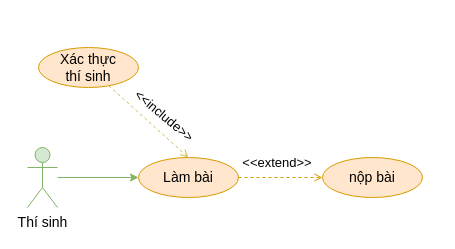
Above: Documents/draw/usecase/phan-ra/lam-bai.drawio in copecute/do-an-tot-nghiep (draw.io), before the change. Source tidied: cells renumbered, new cells numbered last; positions are measured from the earlier drawing's top-left corner, leaving out a move shared by most shapes. Both pictures are drawn from the tidied source at 100%, with x=0, y=0 at pixel (27, 47).
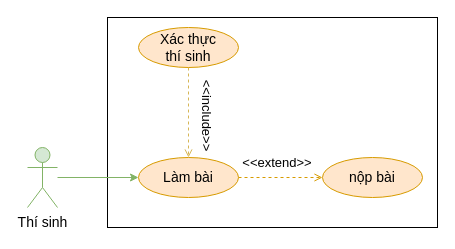
Above is the later version.

What changed in the source:
```diff
@@
 <mxGraphModel>
   <root>
     <mxCell id="0" />
     <mxCell id="1" parent="0" />
+    <mxCell id="11" style="rounded=0;whiteSpace=wrap;html=1;" parent="1" vertex="1">
+      <mxGeometry x="80" y="-30" width="330" height="210" as="geometry" />
+    </mxCell>
     <mxCell id="2" style="rounded=0;jettySize=auto;html=1;dashed=1;fillColor=#ffe6cc;strokeColor=#d79b00;fontSize=14;endArrow=open;endFill=0;" parent="1" edge="1" source="3" target="4">
       <mxGeometry relative="1" as="geometry" />
     </mxCell>
     <mxCell id="3" value="Làm bài" style="ellipse;whiteSpace=wrap;html=1;fillColor=#ffe6cc;strokeColor=#d79b00;fontSize=14;" parent="1" vertex="1">
       <mxGeometry x="111" y="110" width="100" height="40" as="geometry" />
     </mxCell>
     <mxCell id="4" value="nộp bài" style="ellipse;whiteSpace=wrap;html=1;fillColor=#ffe6cc;strokeColor=#d79b00;fontSize=14;" parent="1" vertex="1">
       <mxGeometry x="295" y="110" width="100" height="40" as="geometry" />
     </mxCell>
     <mxCell id="5" value="&lt;font style=&quot;font-size: 13px;&quot;&gt;&amp;lt;&amp;lt;extend&amp;gt;&amp;gt;&lt;/font&gt;" style="text;html=1;strokeColor=none;fillColor=none;align=center;verticalAlign=middle;whiteSpace=wrap;rounded=0;rotation=0;fontSize=13;" parent="1" vertex="1">
       <mxGeometry x="220" y="100" width="60" height="30" as="geometry" />
     </mxCell>
     <mxCell id="6" style="rounded=0;jettySize=auto;html=1;entryX=0;entryY=0.5;entryDx=0;entryDy=0;fillColor=#d5e8d4;strokeColor=#82b366;fontSize=14;" parent="1" edge="1" source="7" target="3">
       <mxGeometry relative="1" as="geometry" />
     </mxCell>
     <mxCell id="7" value="Thí sinh" style="shape=umlActor;verticalLabelPosition=bottom;verticalAlign=top;html=1;outlineConnect=0;fillColor=#d5e8d4;strokeColor=#82b366;fontSize=14;" parent="1" vertex="1">
       <mxGeometry y="100" width="30" height="60" as="geometry" />
     </mxCell>
     <mxCell id="8" style="rounded=0;jettySize=auto;html=1;entryX=0.5;entryY=0;entryDx=0;entryDy=0;fillColor=#fff2cc;strokeColor=#d6b656;dashed=1;endArrow=open;endFill=0;" parent="1" edge="1" source="9" target="3">
       <mxGeometry relative="1" as="geometry" />
     </mxCell>
     <mxCell id="9" value="Xác thực&lt;div&gt;thí sinh&lt;/div&gt;" style="ellipse;whiteSpace=wrap;html=1;fillColor=#ffe6cc;strokeColor=#d79b00;fontSize=14;" parent="1" vertex="1">
-      <mxGeometry x="11" width="100" height="40" as="geometry" />
+      <mxGeometry x="111" y="-20" width="100" height="40" as="geometry" />
     </mxCell>
-    <mxCell id="10" value="&amp;lt;&amp;lt;include&amp;gt;&amp;gt;" style="text;html=1;align=center;verticalAlign=middle;strokeColor=none;fillColor=none;fontFamily=Helvetica;fontSize=13;fontColor=default;labelBackgroundColor=default;rotation=40;" parent="1" vertex="1">
-      <mxGeometry x="87" y="53" width="100" height="30" as="geometry" />
+    <mxCell id="10" value="&amp;lt;&amp;lt;include&amp;gt;&amp;gt;" style="text;html=1;align=center;verticalAlign=middle;strokeColor=none;fillColor=none;fontFamily=Helvetica;fontSize=13;fontColor=default;labelBackgroundColor=default;rotation=90;" parent="1" vertex="1">
+      <mxGeometry x="130" y="53" width="100" height="30" as="geometry" />
     </mxCell>
   </root>
 </mxGraphModel>
```
